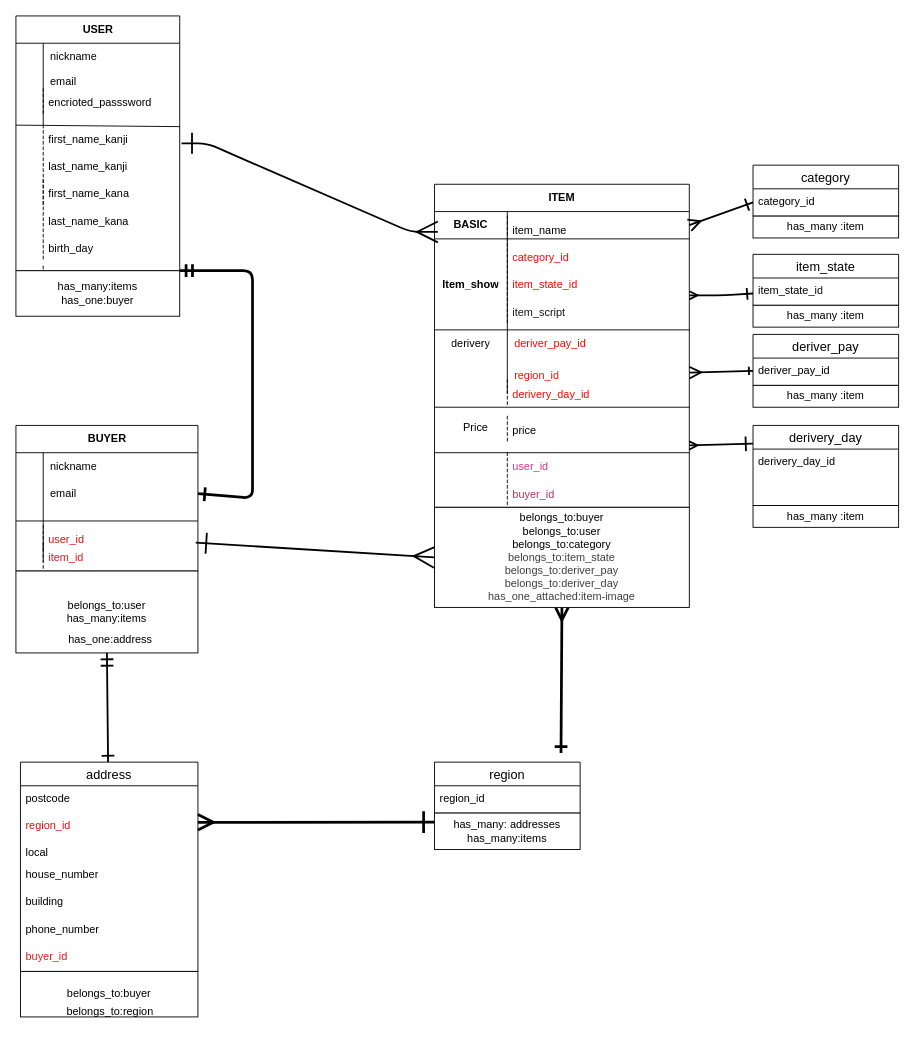
Tomoki-Fukasawa/furima-46200 keeps this draw.io diagram as furima-46200.dio. Above is the earlier version. Source tidied: cells renumbered, new cells numbered last; positions are measured from the earlier drawing's top-left corner, leaving out a move shared by most shapes. Both pictures are drawn from the tidied source at 91%, with x=0, y=0 at pixel (15, 15).
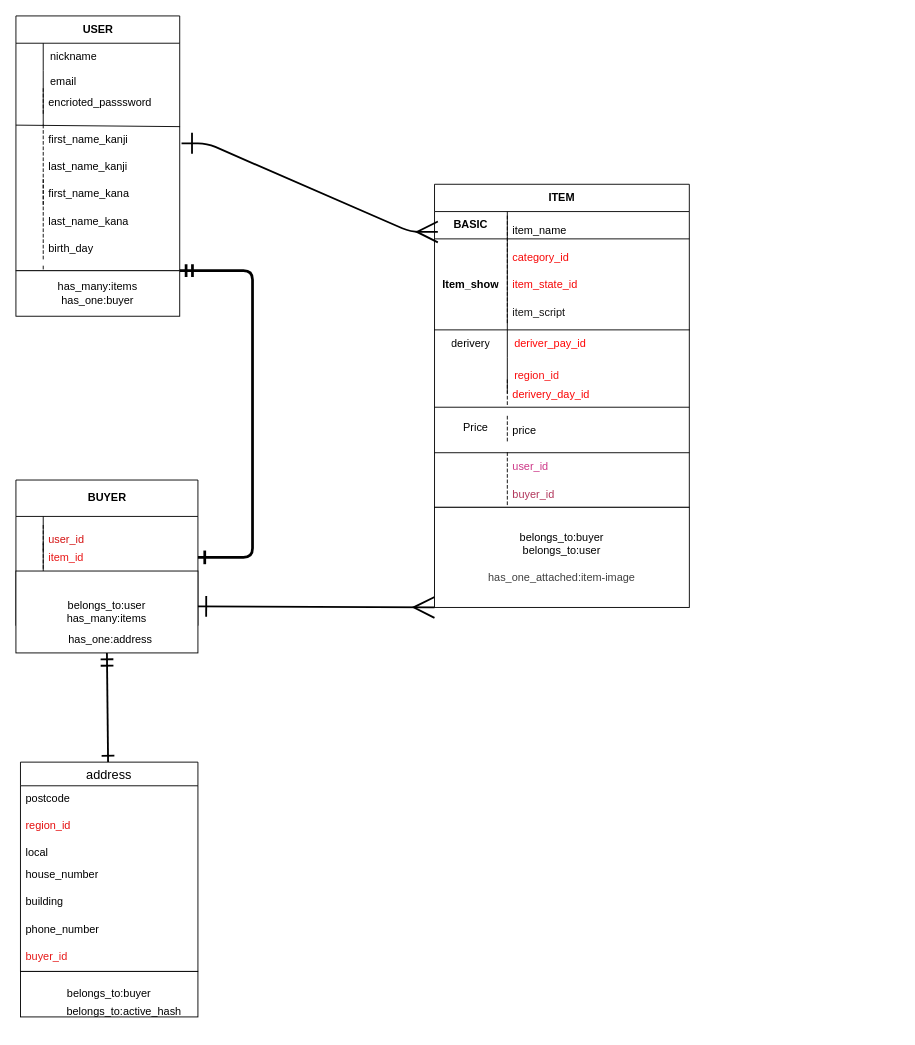
The same page after the edit.

The change refers to these unchanged cells:
```xml
<mxCell id="32" style="shape=tableRow;horizontal=0;startSize=0;swimlaneHead=0;swimlaneBody=0;fillColor=none;points=[[0,0.5],[1,0.5]];portConstraint=eastwest;top=0;left=0;right=0;bottom=0;html=1;" parent="31" vertex="1">
  <mxGeometry y="30" width="280" height="30" as="geometry" />
</mxCell>
<mxCell id="59" value="has_many:items&lt;div&gt;has_one:buyer&lt;/div&gt;" style="whiteSpace=wrap;html=1;align=center;" parent="1" vertex="1">
  <mxGeometry y="280" width="180" height="50" as="geometry" />
</mxCell>
<mxCell id="80" value="region_id" style="text;strokeColor=none;fillColor=none;spacingLeft=4;spacingRight=4;overflow=hidden;points=[[0,0.5],[1,0.5]];portConstraint=eastwest;fontSize=12;whiteSpace=wrap;html=1;fontColor=light-dark(#e40c0c, #ededed);" parent="78" vertex="1">
  <mxGeometry y="56" width="195" height="30" as="geometry" />
</mxCell>
```

Diff of the diagram source:
```diff
@@
-    <mxCell id="13" value="BUYER" style="shape=table;startSize=30;childLayout=tableLayout;rowLines=0;fontStyle=1;align=center;html=1;" parent="1" vertex="1">
-      <mxGeometry y="450" width="200" height="160" as="geometry" />
+    <mxCell id="13" value="BUYER" style="shape=table;startSize=40;childLayout=tableLayout;rowLines=0;fontStyle=1;align=center;html=1;" parent="1" vertex="1">
+      <mxGeometry y="510" width="200" height="160" as="geometry" />
     </mxCell>
     <mxCell id="14" style="shape=tableRow;horizontal=0;startSize=0;swimlaneHead=0;swimlaneBody=0;fillColor=none;top=0;left=0;right=0;bottom=0;" parent="13" vertex="1">
-      <mxGeometry y="30" width="200" height="30" as="geometry" />
+      <mxGeometry y="40" width="200" height="30" as="geometry" />
     </mxCell>
@@
-    <mxCell id="16" value="nickname" style="shape=partialRectangle;fillColor=none;top=0;left=0;bottom=0;right=0;align=left;spacingLeft=6;overflow=hidden;whiteSpace=wrap;html=1;" parent="14" vertex="1">
+    <mxCell id="16" style="shape=partialRectangle;fillColor=none;top=0;left=0;bottom=0;right=0;align=left;spacingLeft=6;overflow=hidden;whiteSpace=wrap;html=1;" parent="14" vertex="1">
       <mxGeometry x="30" width="170" height="30" as="geometry" />
     </mxCell>
     <mxCell id="17" style="shape=tableRow;horizontal=0;startSize=0;swimlaneHead=0;swimlaneBody=0;fillColor=none;points=[[0,0.5],[1,0.5]];portConstraint=eastwest;top=0;left=0;right=0;bottom=0;" parent="13" vertex="1">
-      <mxGeometry y="60" width="200" height="30" as="geometry" />
+      <mxGeometry y="70" width="200" height="30" as="geometry" />
     </mxCell>
@@
-    <mxCell id="19" value="email" style="shape=partialRectangle;fillColor=none;top=0;left=0;bottom=0;right=0;align=left;spacingLeft=6;overflow=hidden;whiteSpace=wrap;html=1;" parent="17" vertex="1">
+    <mxCell id="19" style="shape=partialRectangle;fillColor=none;top=0;left=0;bottom=0;right=0;align=left;spacingLeft=6;overflow=hidden;whiteSpace=wrap;html=1;" parent="17" vertex="1">
       <mxGeometry x="30" width="170" height="30" as="geometry" />
     </mxCell>
     <mxCell id="20" style="shape=tableRow;horizontal=0;startSize=0;swimlaneHead=0;swimlaneBody=0;fillColor=none;points=[[0,0.5],[1,0.5]];portConstraint=eastwest;top=0;left=0;right=0;bottom=0;" parent="13" vertex="1">
-      <mxGeometry y="90" width="200" height="60" as="geometry" />
+      <mxGeometry y="100" width="200" height="60" as="geometry" />
     </mxCell>
@@
-    <mxCell id="55" style="edgeStyle=none;html=1;exitX=0;exitY=0.5;exitDx=0;exitDy=0;startArrow=ERmany;startFill=0;endArrow=ERone;endFill=0;strokeWidth=2;targetPerimeterSpacing=20;endSize=20;startSize=20;entryX=0.988;entryY=0.647;entryDx=0;entryDy=0;entryPerimeter=0;" parent="1" edge="1" source="57" target="20">
+    <mxCell id="55" style="edgeStyle=none;html=1;exitX=0;exitY=1;exitDx=0;exitDy=0;startArrow=ERmany;startFill=0;endArrow=ERone;endFill=0;strokeWidth=2;targetPerimeterSpacing=20;endSize=20;startSize=20;entryX=0.988;entryY=0.647;entryDx=0;entryDy=0;entryPerimeter=0;" parent="1" edge="1" source="57" target="20">
       <mxGeometry relative="1" as="geometry" />
     </mxCell>
-    <mxCell id="56" style="edgeStyle=none;html=1;exitX=0.5;exitY=1;exitDx=0;exitDy=0;strokeWidth=3;endArrow=ERone;endFill=0;endSize=10;startArrow=ERmany;startFill=0;targetPerimeterSpacing=10;sourcePerimeterSpacing=10;startSize=10;" parent="1" edge="1" source="57">
-      <mxGeometry relative="1" as="geometry">
-        <mxPoint x="599" y="810" as="targetPoint" />
-      </mxGeometry>
-    </mxCell>
-    <mxCell id="57" value="belongs_to:buyer&lt;div&gt;belongs_to:user&lt;/div&gt;&lt;div&gt;belongs_to:category&lt;/div&gt;&lt;div&gt;&lt;span style=&quot;color: rgb(63, 63, 63);&quot;&gt;belongs_to:item_state&lt;/span&gt;&lt;/div&gt;&lt;div&gt;&lt;span style=&quot;color: rgb(63, 63, 63);&quot;&gt;belongs_to:deriver_pay&lt;/span&gt;&lt;/div&gt;&lt;div&gt;&lt;span style=&quot;color: rgb(63, 63, 63);&quot;&gt;belongs_to:deriver_day&lt;/span&gt;&lt;/div&gt;&lt;div&gt;&lt;span style=&quot;color: rgb(63, 63, 63);&quot;&gt;has_one_attached:item-image&lt;/span&gt;&lt;/div&gt;" style="whiteSpace=wrap;html=1;align=center;" parent="1" vertex="1">
+    <mxCell id="57" value="belongs_to:buyer&lt;div&gt;belongs_to:user&lt;/div&gt;&lt;div&gt;&lt;br&gt;&lt;/div&gt;&lt;div&gt;&lt;span style=&quot;color: rgb(63, 63, 63);&quot;&gt;has_one_attached:item-image&lt;/span&gt;&lt;/div&gt;" style="whiteSpace=wrap;html=1;align=center;" parent="1" vertex="1">
       <mxGeometry x="460" y="540" width="280" height="110" as="geometry" />
     </mxCell>
     <mxCell id="58" style="edgeStyle=none;html=1;exitX=1;exitY=0;exitDx=0;exitDy=0;entryX=1;entryY=0.5;entryDx=0;entryDy=0;strokeWidth=3;startArrow=ERmandOne;startFill=0;endArrow=ERone;endFill=0;sourcePerimeterSpacing=8;targetPerimeterSpacing=11;endSize=11;startSize=10;" parent="1" edge="1" source="59" target="17">
       <mxGeometry relative="1" as="geometry">
         <Array as="points">
           <mxPoint x="260" y="280" />
           <mxPoint x="260" y="470" />
-          <mxPoint x="260" y="530" />
+          <mxPoint x="260" y="595" />
         </Array>
       </mxGeometry>
     </mxCell>
@@
-    <mxCell id="74" style="line;strokeWidth=1;dashed=0;labelPosition=right;align=left;verticalAlign=middle;spacingTop=0;spacingLeft=6;" parent="1" vertex="1">
-      <mxGeometry y="470" width="200" height="170" as="geometry" />
-    </mxCell>
@@
-    <mxCell id="98" value="region" style="swimlane;fontStyle=0;horizontal=1;startSize=26;align=center;fontSize=14;" parent="1" vertex="1">
-      <mxGeometry x="460" y="820" width="160" height="56" as="geometry" />
-    </mxCell>
-    <mxCell id="99" value="region_id" style="text;strokeColor=none;fillColor=none;spacingLeft=4;spacingRight=4;overflow=hidden;fontSize=12;whiteSpace=wrap;html=1;" parent="98" vertex="1">
-      <mxGeometry y="26" width="160" height="30" as="geometry" />
-    </mxCell>
-    <mxCell id="100" value="belongs_to:region" style="text;strokeColor=none;fillColor=none;spacingLeft=4;spacingRight=4;overflow=hidden;fontSize=12;whiteSpace=wrap;html=1;" parent="1" vertex="1">
-      <mxGeometry x="50" y="1080" width="120" height="30" as="geometry" />
+    <mxCell id="100" value="belongs_to:active_hash" style="text;strokeColor=none;fillColor=none;spacingLeft=4;spacingRight=4;overflow=hidden;fontSize=12;whiteSpace=wrap;html=1;" parent="1" vertex="1">
+      <mxGeometry x="50" y="1080" width="150" height="30" as="geometry" />
     </mxCell>
-    <mxCell id="101" style="edgeStyle=none;html=1;exitX=0;exitY=0.25;exitDx=0;exitDy=0;strokeWidth=3;targetPerimeterSpacing=10;startArrow=ERone;startFill=0;endArrow=ERmany;endFill=0;sourcePerimeterSpacing=12;startSize=20;entryX=1;entryY=0.338;entryDx=0;entryDy=0;entryPerimeter=0;endSize=13;" parent="1" edge="1" source="102" target="80">
-      <mxGeometry relative="1" as="geometry" />
-    </mxCell>
-    <mxCell id="102" value="has_many: addresses&lt;div&gt;has_many:items&lt;/div&gt;" style="whiteSpace=wrap;html=1;align=center;" parent="1" vertex="1">
-      <mxGeometry x="460" y="876" width="160" height="40" as="geometry" />
-    </mxCell>
-    <mxCell id="103" value="category" style="swimlane;fontStyle=0;horizontal=1;startSize=26;align=center;fontSize=14;" parent="1" vertex="1">
-      <mxGeometry x="810" y="164" width="160" height="56" as="geometry" />
-    </mxCell>
-    <mxCell id="104" value="category_id" style="text;strokeColor=none;fillColor=none;spacingLeft=4;spacingRight=4;overflow=hidden;points=[[0,0.5],[1,0.5]];portConstraint=eastwest;fontSize=12;whiteSpace=wrap;html=1;" parent="103" vertex="1">
-      <mxGeometry y="26" width="160" height="30" as="geometry" />
-    </mxCell>
-    <mxCell id="105" value="item_state" style="swimlane;fontStyle=0;horizontal=1;startSize=26;align=center;fontSize=14;" parent="1" vertex="1">
-      <mxGeometry x="810" y="262" width="160" height="56" as="geometry" />
-    </mxCell>
-    <mxCell id="106" value="item_state_id" style="text;strokeColor=none;fillColor=none;spacingLeft=4;spacingRight=4;overflow=hidden;fontSize=12;whiteSpace=wrap;html=1;" parent="105" vertex="1">
-      <mxGeometry y="26" width="160" height="30" as="geometry" />
-    </mxCell>
-    <mxCell id="107" value="deriver_pay" style="swimlane;fontStyle=0;horizontal=1;startSize=26;align=center;fontSize=14;" parent="1" vertex="1">
-      <mxGeometry x="810" y="350" width="160" height="56" as="geometry" />
-    </mxCell>
-    <mxCell id="108" value="deriver_pay_id" style="text;strokeColor=none;fillColor=none;spacingLeft=4;spacingRight=4;overflow=hidden;fontSize=12;whiteSpace=wrap;html=1;" parent="107" vertex="1">
-      <mxGeometry y="26" width="160" height="30" as="geometry" />
-    </mxCell>
-    <mxCell id="109" value="derivery_day" style="swimlane;fontStyle=0;horizontal=1;startSize=26;align=center;fontSize=14;" parent="1" vertex="1">
-      <mxGeometry x="810" y="450" width="160" height="88" as="geometry" />
-    </mxCell>
-    <mxCell id="110" value="derivery_day_id" style="text;strokeColor=none;fillColor=none;spacingLeft=4;spacingRight=4;overflow=hidden;fontSize=12;whiteSpace=wrap;html=1;" parent="109" vertex="1">
-      <mxGeometry y="26" width="160" height="62" as="geometry" />
-    </mxCell>
-    <mxCell id="111" style="edgeStyle=none;html=1;exitX=0;exitY=0.5;exitDx=0;exitDy=0;entryX=1;entryY=0.5;entryDx=0;entryDy=0;strokeWidth=2;startArrow=ERone;startFill=0;endArrow=ERmany;endFill=0;targetPerimeterSpacing=10;sourcePerimeterSpacing=10;startSize=11;endSize=10;" parent="1" edge="1" source="104" target="32">
-      <mxGeometry relative="1" as="geometry" />
-    </mxCell>
-    <mxCell id="112" style="edgeStyle=none;html=1;exitX=0;exitY=0.5;exitDx=0;exitDy=0;entryX=1;entryY=0.5;entryDx=0;entryDy=0;strokeWidth=2;startArrow=ERone;startFill=0;endArrow=ERmany;endFill=0;targetPerimeterSpacing=10;sourcePerimeterSpacing=10;startSize=10;" parent="1" edge="1">
-      <mxGeometry relative="1" as="geometry">
-        <mxPoint x="810" y="305" as="sourcePoint" />
-        <mxPoint x="740" y="307" as="targetPoint" />
-        <Array as="points">
-          <mxPoint x="780" y="307" />
-        </Array>
-      </mxGeometry>
-    </mxCell>
-    <mxCell id="113" style="edgeStyle=none;html=1;exitX=0;exitY=0.5;exitDx=0;exitDy=0;entryX=1;entryY=0.5;entryDx=0;entryDy=0;strokeWidth=2;startArrow=ERone;startFill=0;endArrow=ERmany;endFill=0;endSize=10;targetPerimeterSpacing=10;sourcePerimeterSpacing=10;" parent="1" edge="1">
-      <mxGeometry relative="1" as="geometry">
-        <mxPoint x="810" y="390" as="sourcePoint" />
-        <mxPoint x="740" y="392" as="targetPoint" />
-      </mxGeometry>
-    </mxCell>
-    <mxCell id="114" style="edgeStyle=none;html=1;exitX=0;exitY=0.5;exitDx=0;exitDy=0;entryX=1;entryY=0.5;entryDx=0;entryDy=0;strokeWidth=2;startArrow=ERone;startFill=0;endArrow=ERmany;endFill=0;startSize=13;sourcePerimeterSpacing=11;" parent="1" edge="1">
-      <mxGeometry relative="1" as="geometry">
-        <mxPoint x="810" y="470" as="sourcePoint" />
-        <mxPoint x="740" y="472" as="targetPoint" />
-      </mxGeometry>
-    </mxCell>
-    <mxCell id="115" value="has_many :item" style="whiteSpace=wrap;html=1;align=center;" parent="1" vertex="1">
-      <mxGeometry x="810" y="538" width="160" height="24" as="geometry" />
-    </mxCell>
-    <mxCell id="116" value="has_many :item" style="whiteSpace=wrap;html=1;align=center;" parent="1" vertex="1">
-      <mxGeometry x="810" y="406" width="160" height="24" as="geometry" />
-    </mxCell>
-    <mxCell id="117" value="has_many :item" style="whiteSpace=wrap;html=1;align=center;" parent="1" vertex="1">
-      <mxGeometry x="810" y="318" width="160" height="24" as="geometry" />
-    </mxCell>
-    <mxCell id="118" value="has_many :item" style="whiteSpace=wrap;html=1;align=center;" parent="1" vertex="1">
-      <mxGeometry x="810" y="220" width="160" height="24" as="geometry" />
-    </mxCell>
```
